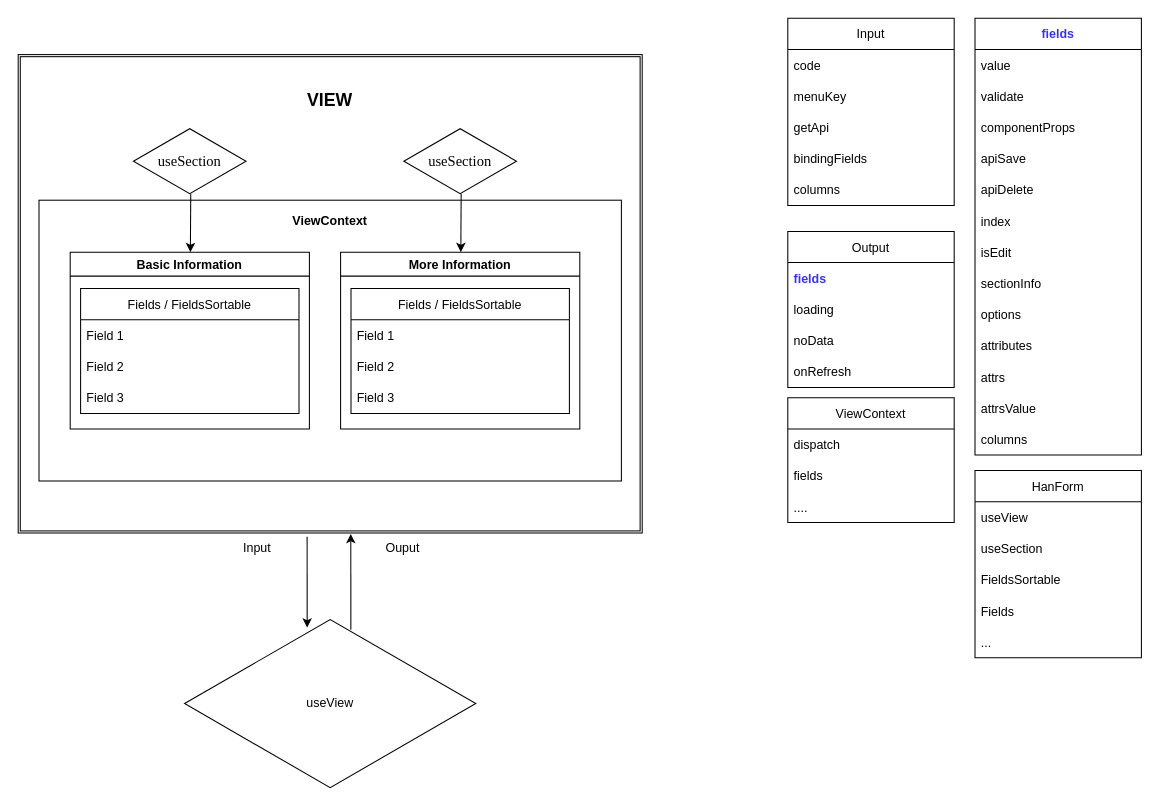
This is Untitled Diagram.drawio from navata/TestDemo, a draw.io file, before an edit. Source tidied: cells renumbered, new cells numbered last; positions are measured from the earlier drawing's top-left corner, leaving out a move shared by most shapes. Both pictures are drawn from the tidied source at 104%, with x=0, y=0 at pixel (18, 18).
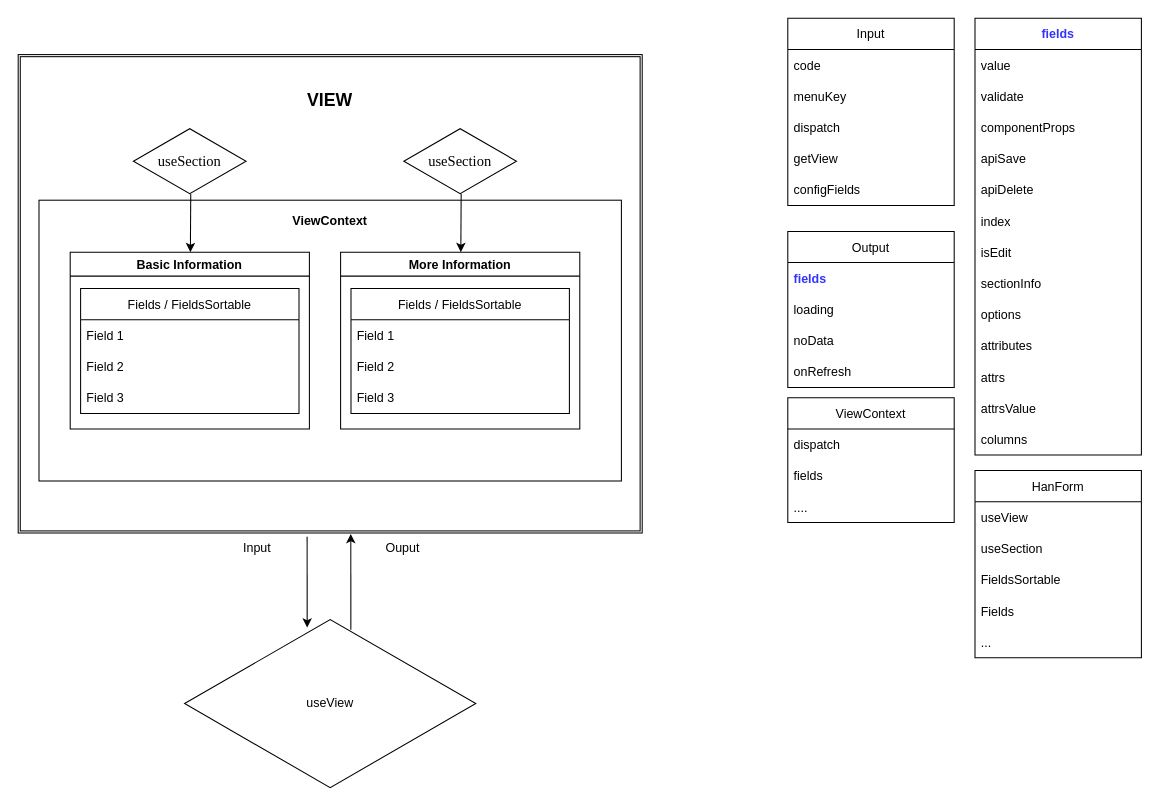
The same page after the edit.

Unchanged cells that the change refers to:
```xml
<mxCell id="25" value="Input" style="swimlane;fontStyle=0;horizontal=1;startSize=30;" parent="1" vertex="1">
  <mxGeometry x="740" width="160" height="180" as="geometry" />
</mxCell>
```

The edit, as a diff of the source:
```diff
@@
-    <mxCell id="28" value="getApi" style="text;strokeColor=none;fillColor=none;align=left;verticalAlign=middle;spacingLeft=4;spacingRight=4;overflow=hidden;" parent="25" vertex="1">
+    <mxCell id="28" value="dispatch" style="text;strokeColor=none;fillColor=none;align=left;verticalAlign=middle;spacingLeft=4;spacingRight=4;overflow=hidden;" parent="25" vertex="1">
       <mxGeometry y="90" width="160" height="30" as="geometry" />
     </mxCell>
-    <mxCell id="29" value="bindingFields" style="text;strokeColor=none;fillColor=none;align=left;verticalAlign=middle;spacingLeft=4;spacingRight=4;overflow=hidden;" parent="25" vertex="1">
+    <mxCell id="29" value="getView" style="text;strokeColor=none;fillColor=none;align=left;verticalAlign=middle;spacingLeft=4;spacingRight=4;overflow=hidden;" parent="25" vertex="1">
       <mxGeometry y="120" width="160" height="30" as="geometry" />
     </mxCell>
-    <mxCell id="30" value="columns" style="text;strokeColor=none;fillColor=none;align=left;verticalAlign=middle;spacingLeft=4;spacingRight=4;overflow=hidden;" parent="25" vertex="1">
+    <mxCell id="30" value="configFields" style="text;strokeColor=none;fillColor=none;align=left;verticalAlign=middle;spacingLeft=4;spacingRight=4;overflow=hidden;" parent="25" vertex="1">
       <mxGeometry y="150" width="160" height="30" as="geometry" />
     </mxCell>
```
